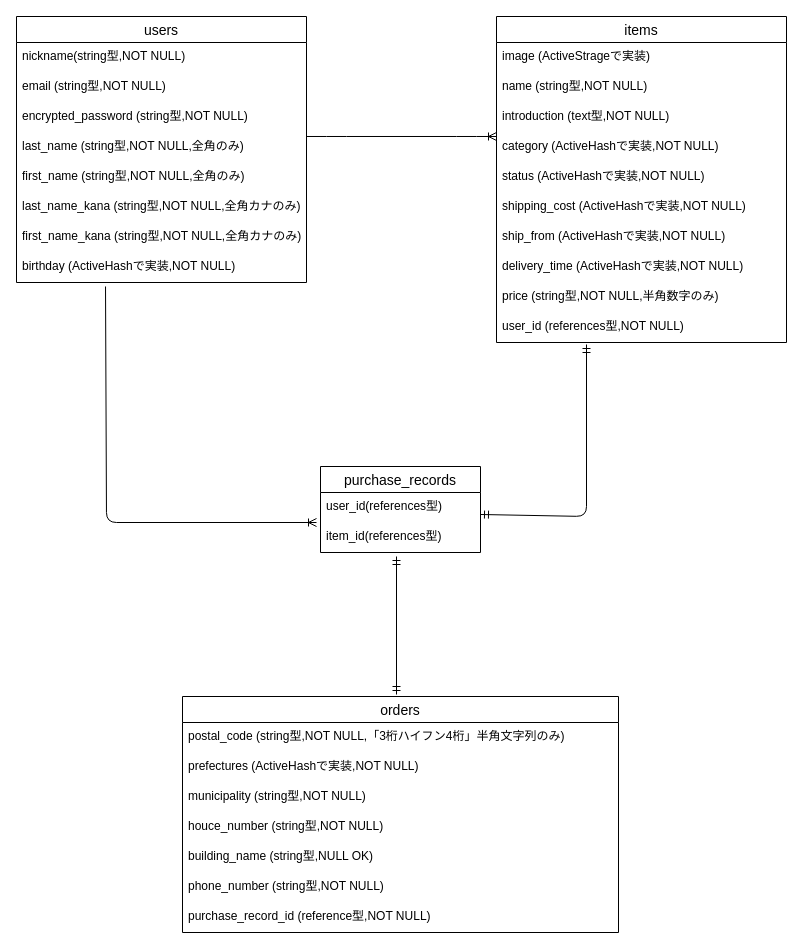
Earlier version of the draw.io diagram furima-ER.dio (sekikazuya/furima-36569). Source tidied: cells renumbered, new cells numbered last; positions are measured from the earlier drawing's top-left corner, leaving out a move shared by most shapes. Both pictures are drawn from the tidied source at 100%, with x=0, y=0 at pixel (16, 16).
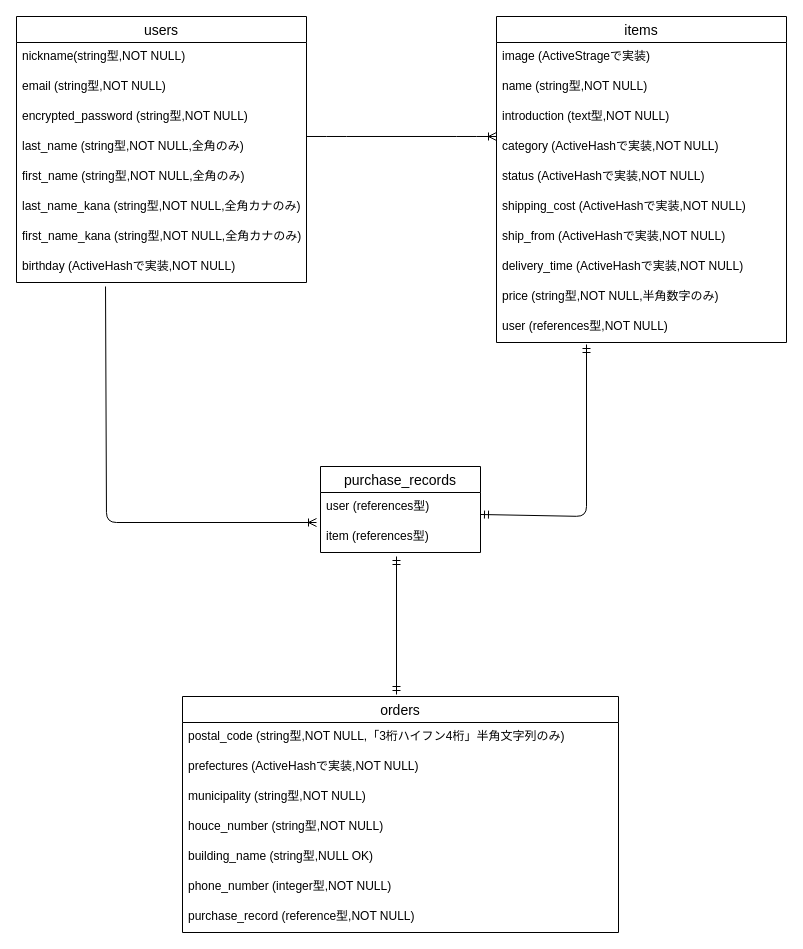
Above is the later version.

The change refers to these unchanged cells:
```xml
<mxCell id="11" value="items" style="swimlane;fontStyle=0;horizontal=1;startSize=26;align=center;fontSize=14;" parent="1" vertex="1">
  <mxGeometry x="480" width="290" height="326" as="geometry" />
</mxCell>
<mxCell id="22" value="orders" style="swimlane;fontStyle=0;horizontal=1;startSize=26;align=center;fontSize=14;" parent="1" vertex="1">
  <mxGeometry x="166" y="680" width="436" height="236" as="geometry" />
</mxCell>
<mxCell id="33" value="purchase_records" style="swimlane;fontStyle=0;horizontal=1;startSize=26;align=center;fontSize=14;" parent="1" vertex="1">
  <mxGeometry x="304" y="450" width="160" height="86" as="geometry" />
</mxCell>
```

What changed in the source:
```diff
@@
-    <mxCell id="21" value="user_id (references型,NOT NULL)" style="text;strokeColor=none;fillColor=none;spacingLeft=4;spacingRight=4;overflow=hidden;fontSize=12;" parent="11" vertex="1">
+    <mxCell id="21" value="user (references型,NOT NULL)" style="text;strokeColor=none;fillColor=none;spacingLeft=4;spacingRight=4;overflow=hidden;fontSize=12;" parent="11" vertex="1">
       <mxGeometry y="296" width="290" height="30" as="geometry" />
     </mxCell>
@@
-    <mxCell id="28" value="phone_number (string型,NOT NULL)" style="text;strokeColor=none;fillColor=none;spacingLeft=4;spacingRight=4;overflow=hidden;fontSize=12;" parent="22" vertex="1">
+    <mxCell id="28" value="phone_number (integer型,NOT NULL)" style="text;strokeColor=none;fillColor=none;spacingLeft=4;spacingRight=4;overflow=hidden;fontSize=12;" parent="22" vertex="1">
       <mxGeometry y="176" width="436" height="30" as="geometry" />
     </mxCell>
-    <mxCell id="29" value="purchase_record_id (reference型,NOT NULL)" style="text;strokeColor=none;fillColor=none;spacingLeft=4;spacingRight=4;overflow=hidden;fontSize=12;" parent="22" vertex="1">
+    <mxCell id="29" value="purchase_record (reference型,NOT NULL)" style="text;strokeColor=none;fillColor=none;spacingLeft=4;spacingRight=4;overflow=hidden;fontSize=12;" parent="22" vertex="1">
       <mxGeometry y="206" width="436" height="30" as="geometry" />
     </mxCell>
@@
-    <mxCell id="34" value="user_id(references型)" style="text;strokeColor=none;fillColor=none;spacingLeft=4;spacingRight=4;overflow=hidden;points=[[0,0.5],[1,0.5]];portConstraint=eastwest;fontSize=12;" parent="33" vertex="1">
+    <mxCell id="34" value="user (references型)" style="text;strokeColor=none;fillColor=none;spacingLeft=4;spacingRight=4;overflow=hidden;points=[[0,0.5],[1,0.5]];portConstraint=eastwest;fontSize=12;" parent="33" vertex="1">
       <mxGeometry y="26" width="160" height="30" as="geometry" />
     </mxCell>
-    <mxCell id="35" value="item_id(references型)" style="text;strokeColor=none;fillColor=none;spacingLeft=4;spacingRight=4;overflow=hidden;points=[[0,0.5],[1,0.5]];portConstraint=eastwest;fontSize=12;" parent="33" vertex="1">
+    <mxCell id="35" value="item (references型)" style="text;strokeColor=none;fillColor=none;spacingLeft=4;spacingRight=4;overflow=hidden;points=[[0,0.5],[1,0.5]];portConstraint=eastwest;fontSize=12;" parent="33" vertex="1">
       <mxGeometry y="56" width="160" height="30" as="geometry" />
     </mxCell>
```
